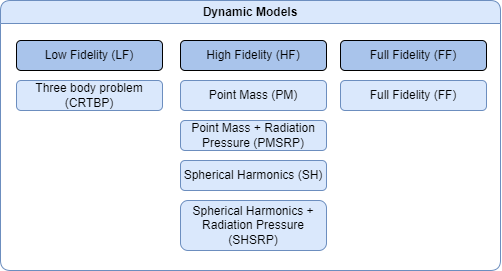
ThomasBosboom/ThesisSpace keeps this draw.io diagram as report/figures/DynamicModels.png. Above is the earlier version. Source tidied: cells renumbered, new cells last; positions are measured from the earlier drawing's top-left corner, leaving out a move shared by most shapes. The source it was exported from:
```xml
<mxGraphModel>
  <root>
    <mxCell id="0" />
    <mxCell id="1" parent="0" />
    <mxCell id="2" value="Spherical Harmonics + Radiation Pressure (SHSRP)" style="rounded=1;whiteSpace=wrap;html=1;fillColor=#dae8fc;strokeColor=#6c8ebf;" parent="1" vertex="1">
      <mxGeometry x="180" y="200" width="146" height="50" as="geometry" />
    </mxCell>
    <mxCell id="3" value="Spherical Harmonics (SH)" style="rounded=1;whiteSpace=wrap;html=1;fillColor=#dae8fc;strokeColor=#6c8ebf;" parent="1" vertex="1">
      <mxGeometry x="180" y="160" width="146" height="30" as="geometry" />
    </mxCell>
    <mxCell id="4" value="Point Mass + Radiation Pressure (PMSRP)" style="rounded=1;whiteSpace=wrap;html=1;fillColor=#dae8fc;strokeColor=#6c8ebf;" parent="1" vertex="1">
      <mxGeometry x="180" y="120" width="146" height="30" as="geometry" />
    </mxCell>
    <mxCell id="5" value="Point Mass (PM)" style="rounded=1;whiteSpace=wrap;html=1;fillColor=#dae8fc;strokeColor=#6c8ebf;" parent="1" vertex="1">
      <mxGeometry x="180" y="80" width="146" height="30" as="geometry" />
    </mxCell>
    <mxCell id="6" value="Low Fidelity (LF)" style="rounded=1;whiteSpace=wrap;html=1;fillColor=#A9C4EB;" parent="1" vertex="1">
      <mxGeometry x="16" y="40" width="146" height="30" as="geometry" />
    </mxCell>
    <mxCell id="7" value="High Fidelity (HF)" style="rounded=1;whiteSpace=wrap;html=1;fillColor=#A9C4EB;" parent="1" vertex="1">
      <mxGeometry x="180" y="40" width="146" height="30" as="geometry" />
    </mxCell>
    <mxCell id="8" value="Three body problem (CRTBP)" style="rounded=1;whiteSpace=wrap;html=1;fillColor=#dae8fc;strokeColor=#6c8ebf;" parent="1" vertex="1">
      <mxGeometry x="16" y="80" width="146" height="30" as="geometry" />
    </mxCell>
    <mxCell id="9" value="Full Fidelity (FF)" style="rounded=1;whiteSpace=wrap;html=1;fillColor=#A9C4EB;" parent="1" vertex="1">
      <mxGeometry x="340" y="40" width="146" height="30" as="geometry" />
    </mxCell>
    <mxCell id="10" value="Full Fidelity (FF)" style="rounded=1;whiteSpace=wrap;html=1;fillColor=#dae8fc;strokeColor=#6c8ebf;" parent="1" vertex="1">
      <mxGeometry x="340" y="80" width="146" height="30" as="geometry" />
    </mxCell>
    <mxCell id="11" value="Dynamic Models" style="swimlane;whiteSpace=wrap;html=1;fillColor=#dae8fc;strokeColor=#6c8ebf;shadow=0;rounded=1;" parent="1" vertex="1">
      <mxGeometry width="500" height="270" as="geometry" />
    </mxCell>
  </root>
</mxGraphModel>
```
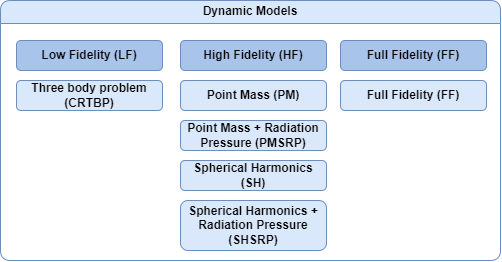
After the change.

Change to the diagram source:
```diff
@@ -2,35 +2,35 @@
   <root>
     <mxCell id="0" />
     <mxCell id="1" parent="0" />
-    <mxCell id="2" value="Spherical Harmonics + Radiation Pressure (SHSRP)" style="rounded=1;whiteSpace=wrap;html=1;fillColor=#dae8fc;strokeColor=#6c8ebf;" parent="1" vertex="1">
+    <mxCell id="2" value="&lt;b&gt;Spherical Harmonics + Radiation Pressure (SHSRP)&lt;/b&gt;" style="rounded=1;whiteSpace=wrap;html=1;fillColor=#dae8fc;strokeColor=#6c8ebf;" parent="1" vertex="1">
       <mxGeometry x="180" y="200" width="146" height="50" as="geometry" />
     </mxCell>
-    <mxCell id="3" value="Spherical Harmonics (SH)" style="rounded=1;whiteSpace=wrap;html=1;fillColor=#dae8fc;strokeColor=#6c8ebf;" parent="1" vertex="1">
+    <mxCell id="3" value="&lt;b&gt;Spherical Harmonics (SH)&lt;/b&gt;" style="rounded=1;whiteSpace=wrap;html=1;fillColor=#dae8fc;strokeColor=#6c8ebf;" parent="1" vertex="1">
       <mxGeometry x="180" y="160" width="146" height="30" as="geometry" />
     </mxCell>
-    <mxCell id="4" value="Point Mass + Radiation Pressure (PMSRP)" style="rounded=1;whiteSpace=wrap;html=1;fillColor=#dae8fc;strokeColor=#6c8ebf;" parent="1" vertex="1">
+    <mxCell id="4" value="&lt;b&gt;Point Mass + Radiation Pressure (PMSRP)&lt;/b&gt;" style="rounded=1;whiteSpace=wrap;html=1;fillColor=#dae8fc;strokeColor=#6c8ebf;" parent="1" vertex="1">
       <mxGeometry x="180" y="120" width="146" height="30" as="geometry" />
     </mxCell>
-    <mxCell id="5" value="Point Mass (PM)" style="rounded=1;whiteSpace=wrap;html=1;fillColor=#dae8fc;strokeColor=#6c8ebf;" parent="1" vertex="1">
+    <mxCell id="5" value="&lt;b&gt;Point Mass (PM)&lt;/b&gt;" style="rounded=1;whiteSpace=wrap;html=1;fillColor=#dae8fc;strokeColor=#6c8ebf;" parent="1" vertex="1">
       <mxGeometry x="180" y="80" width="146" height="30" as="geometry" />
     </mxCell>
-    <mxCell id="6" value="Low Fidelity (LF)" style="rounded=1;whiteSpace=wrap;html=1;fillColor=#A9C4EB;" parent="1" vertex="1">
+    <mxCell id="6" value="&lt;b&gt;Low Fidelity (LF)&lt;/b&gt;" style="rounded=1;whiteSpace=wrap;html=1;fillColor=#A9C4EB;strokeColor=#6C8EBF;" parent="1" vertex="1">
       <mxGeometry x="16" y="40" width="146" height="30" as="geometry" />
     </mxCell>
-    <mxCell id="7" value="High Fidelity (HF)" style="rounded=1;whiteSpace=wrap;html=1;fillColor=#A9C4EB;" parent="1" vertex="1">
+    <mxCell id="7" value="&lt;b&gt;High Fidelity (HF)&lt;/b&gt;" style="rounded=1;whiteSpace=wrap;html=1;fillColor=#A9C4EB;strokeColor=#6C8EBF;" parent="1" vertex="1">
       <mxGeometry x="180" y="40" width="146" height="30" as="geometry" />
     </mxCell>
-    <mxCell id="8" value="Three body problem (CRTBP)" style="rounded=1;whiteSpace=wrap;html=1;fillColor=#dae8fc;strokeColor=#6c8ebf;" parent="1" vertex="1">
+    <mxCell id="8" value="&lt;b&gt;Three body problem (CRTBP)&lt;/b&gt;" style="rounded=1;whiteSpace=wrap;html=1;fillColor=#dae8fc;strokeColor=#6C8EBF;" parent="1" vertex="1">
       <mxGeometry x="16" y="80" width="146" height="30" as="geometry" />
     </mxCell>
-    <mxCell id="9" value="Full Fidelity (FF)" style="rounded=1;whiteSpace=wrap;html=1;fillColor=#A9C4EB;" parent="1" vertex="1">
+    <mxCell id="9" value="&lt;b&gt;Full Fidelity (FF)&lt;/b&gt;" style="rounded=1;whiteSpace=wrap;html=1;fillColor=#A9C4EB;strokeColor=#6C8EBF;" parent="1" vertex="1">
       <mxGeometry x="340" y="40" width="146" height="30" as="geometry" />
     </mxCell>
-    <mxCell id="10" value="Full Fidelity (FF)" style="rounded=1;whiteSpace=wrap;html=1;fillColor=#dae8fc;strokeColor=#6c8ebf;" parent="1" vertex="1">
+    <mxCell id="10" value="&lt;b&gt;Full Fidelity (FF)&lt;/b&gt;" style="rounded=1;whiteSpace=wrap;html=1;fillColor=#dae8fc;strokeColor=#6c8ebf;" parent="1" vertex="1">
       <mxGeometry x="340" y="80" width="146" height="30" as="geometry" />
     </mxCell>
     <mxCell id="11" value="Dynamic Models" style="swimlane;whiteSpace=wrap;html=1;fillColor=#dae8fc;strokeColor=#6c8ebf;shadow=0;rounded=1;" parent="1" vertex="1">
-      <mxGeometry width="500" height="270" as="geometry" />
+      <mxGeometry width="500" height="260" as="geometry" />
     </mxCell>
   </root>
 </mxGraphModel>
```
